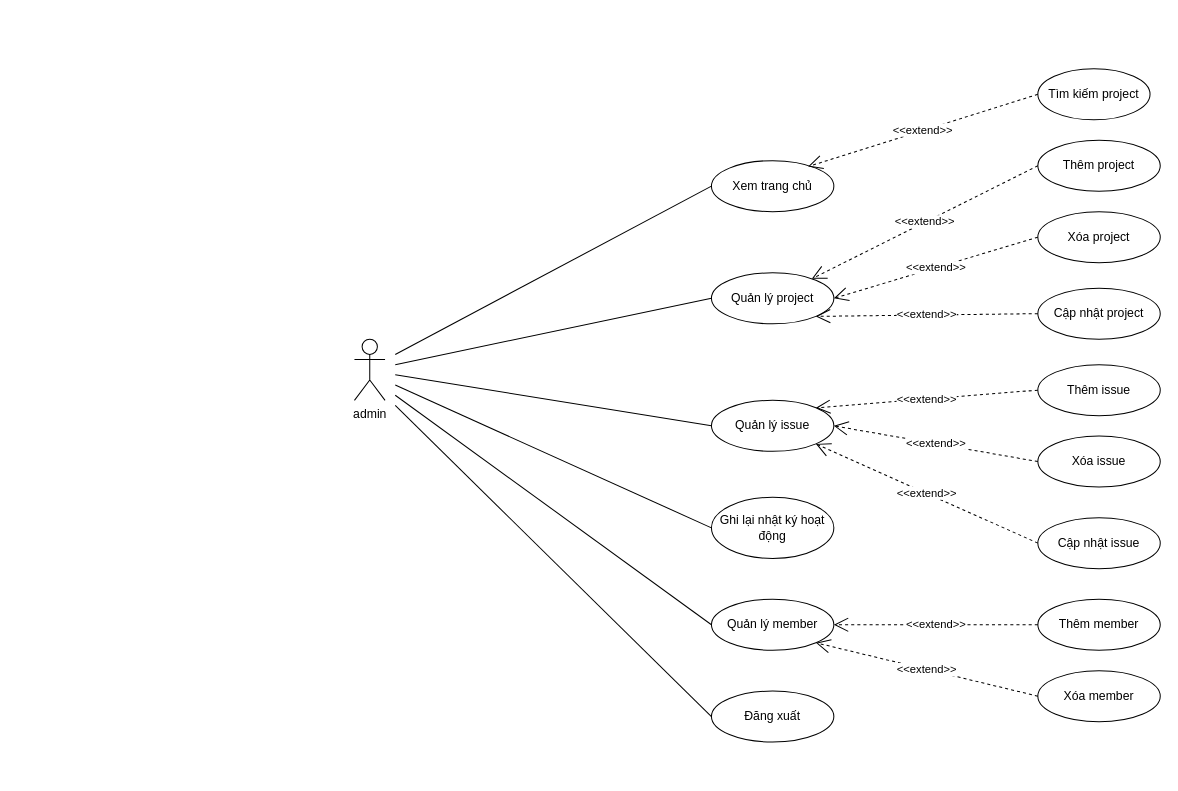
Above: page "Page-3" (3 of 6) of Untitled Diagram.drawio in NightFury712/Demo-Project-2 (draw.io), before the change. Source tidied: cells renumbered, new cells numbered last; positions are measured from the earlier drawing's top-left corner, leaving out a move shared by most shapes. Both pictures are drawn from the tidied source at 102%, with x=0, y=0 at pixel (354, 68).
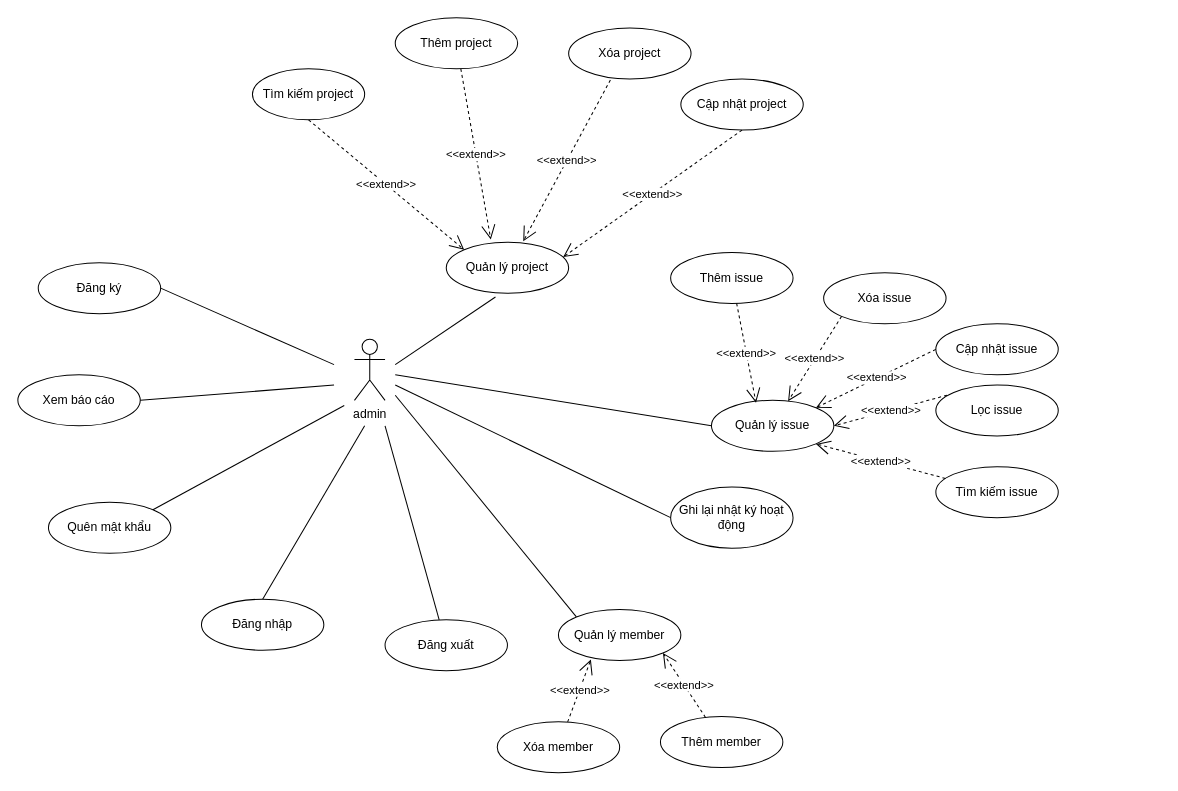
After the change.

The change refers to these unchanged cells:
```xml
<mxCell id="7" value="Quản lý issue" style="ellipse;whiteSpace=wrap;html=1;" parent="1" vertex="1">
  <mxGeometry x="350" y="325" width="120" height="50" as="geometry" />
</mxCell>
```

Change to the diagram source:
```diff
@@
-    <mxCell id="3" value="Xem trang chủ" style="ellipse;whiteSpace=wrap;html=1;" parent="1" vertex="1">
-      <mxGeometry x="350" y="90" width="120" height="50" as="geometry" />
-    </mxCell>
     <mxCell id="4" value="Tìm kiếm project" style="ellipse;whiteSpace=wrap;html=1;" parent="1" vertex="1">
-      <mxGeometry x="670" width="110" height="50" as="geometry" />
+      <mxGeometry x="-100" width="110" height="50" as="geometry" />
     </mxCell>
-    <mxCell id="5" value="&amp;lt;&amp;lt;extend&amp;gt;&amp;gt;" style="endArrow=open;endSize=12;dashed=1;html=1;entryX=0.79;entryY=0.116;entryDx=0;entryDy=0;exitX=0;exitY=0.5;exitDx=0;exitDy=0;entryPerimeter=0;" parent="1" edge="1" source="4" target="3">
+    <mxCell id="5" value="&amp;lt;&amp;lt;extend&amp;gt;&amp;gt;" style="endArrow=open;endSize=12;dashed=1;html=1;entryX=0;entryY=0;entryDx=0;entryDy=0;exitX=0.5;exitY=1;exitDx=0;exitDy=0;" parent="1" edge="1" source="4" target="17">
       <mxGeometry relative="1" as="geometry" />
     </mxCell>
-    <mxCell id="6" style="endArrow=none;html=1;entryX=0;entryY=0.5;entryDx=0;entryDy=0;" parent="1" edge="1" target="3">
+    <mxCell id="6" style="endArrow=none;html=1;entryX=1;entryY=0.5;entryDx=0;entryDy=0;" parent="1" edge="1" target="34">
       <mxGeometry relative="1" as="geometry">
-        <mxPoint x="40" y="280" as="sourcePoint" />
+        <mxPoint x="-20" y="290" as="sourcePoint" />
       </mxGeometry>
     </mxCell>
@@
     <mxCell id="8" value="Thêm issue" style="ellipse;whiteSpace=wrap;html=1;" parent="1" vertex="1">
-      <mxGeometry x="670" y="290" width="120" height="50" as="geometry" />
+      <mxGeometry x="310" y="180" width="120" height="50" as="geometry" />
     </mxCell>
     <mxCell id="9" value="Xóa issue" style="ellipse;whiteSpace=wrap;html=1;" parent="1" vertex="1">
-      <mxGeometry x="670" y="360" width="120" height="50" as="geometry" />
+      <mxGeometry x="460" y="200" width="120" height="50" as="geometry" />
     </mxCell>
     <mxCell id="10" value="Cập nhật issue" style="ellipse;whiteSpace=wrap;html=1;" parent="1" vertex="1">
-      <mxGeometry x="670" y="440" width="120" height="50" as="geometry" />
+      <mxGeometry x="570" y="250" width="120" height="50" as="geometry" />
     </mxCell>
@@
-    <mxCell id="12" value="&amp;lt;&amp;lt;extend&amp;gt;&amp;gt;" style="endArrow=open;endSize=12;dashed=1;html=1;entryX=1;entryY=0;entryDx=0;entryDy=0;exitX=0;exitY=0.5;exitDx=0;exitDy=0;" parent="1" edge="1" source="8" target="7">
+    <mxCell id="12" value="&amp;lt;&amp;lt;extend&amp;gt;&amp;gt;" style="endArrow=open;endSize=12;dashed=1;html=1;entryX=0.364;entryY=0.046;entryDx=0;entryDy=0;entryPerimeter=0;" parent="1" edge="1" source="8" target="7">
       <mxGeometry relative="1" as="geometry" />
     </mxCell>
-    <mxCell id="13" value="&amp;lt;&amp;lt;extend&amp;gt;&amp;gt;" style="endArrow=open;endSize=12;dashed=1;html=1;entryX=1;entryY=0.5;entryDx=0;entryDy=0;exitX=0;exitY=0.5;exitDx=0;exitDy=0;" parent="1" edge="1" source="9" target="7">
+    <mxCell id="13" value="&amp;lt;&amp;lt;extend&amp;gt;&amp;gt;" style="endArrow=open;endSize=12;dashed=1;html=1;exitX=0;exitY=1;exitDx=0;exitDy=0;" parent="1" edge="1" source="9" target="7">
       <mxGeometry relative="1" as="geometry" />
     </mxCell>
-    <mxCell id="14" value="&amp;lt;&amp;lt;extend&amp;gt;&amp;gt;" style="endArrow=open;endSize=12;dashed=1;html=1;entryX=1;entryY=1;entryDx=0;entryDy=0;exitX=0;exitY=0.5;exitDx=0;exitDy=0;" parent="1" edge="1" source="10" target="7">
+    <mxCell id="14" value="&amp;lt;&amp;lt;extend&amp;gt;&amp;gt;" style="endArrow=open;endSize=12;dashed=1;html=1;entryX=1;entryY=0;entryDx=0;entryDy=0;exitX=0;exitY=0.5;exitDx=0;exitDy=0;" parent="1" edge="1" source="10" target="7">
       <mxGeometry relative="1" as="geometry" />
     </mxCell>
     <mxCell id="15" value="Đăng xuất" style="ellipse;whiteSpace=wrap;html=1;" parent="1" vertex="1">
-      <mxGeometry x="350" y="610" width="120" height="50" as="geometry" />
+      <mxGeometry x="30" y="540" width="120" height="50" as="geometry" />
     </mxCell>
-    <mxCell id="16" style="endArrow=none;html=1;entryX=0;entryY=0.5;entryDx=0;entryDy=0;" parent="1" edge="1" target="15">
+    <mxCell id="16" style="endArrow=none;html=1;" parent="1" edge="1" target="15">
       <mxGeometry relative="1" as="geometry">
-        <mxPoint x="40" y="330" as="sourcePoint" />
+        <mxPoint x="30" y="350" as="sourcePoint" />
       </mxGeometry>
     </mxCell>
     <mxCell id="17" value="Quản lý project" style="ellipse;whiteSpace=wrap;html=1;" parent="1" vertex="1">
-      <mxGeometry x="350" y="200" width="120" height="50" as="geometry" />
+      <mxGeometry x="90" y="170" width="120" height="50" as="geometry" />
     </mxCell>
     <mxCell id="18" value="Thêm project" style="ellipse;whiteSpace=wrap;html=1;" parent="1" vertex="1">
-      <mxGeometry x="670" y="70" width="120" height="50" as="geometry" />
+      <mxGeometry x="40" y="-50" width="120" height="50" as="geometry" />
     </mxCell>
     <mxCell id="19" value="Xóa project" style="ellipse;whiteSpace=wrap;html=1;" parent="1" vertex="1">
-      <mxGeometry x="670" y="140" width="120" height="50" as="geometry" />
+      <mxGeometry x="210" y="-40" width="120" height="50" as="geometry" />
     </mxCell>
     <mxCell id="20" value="Quản lý member" style="ellipse;whiteSpace=wrap;html=1;" parent="1" vertex="1">
-      <mxGeometry x="350" y="520" width="120" height="50" as="geometry" />
+      <mxGeometry x="200" y="530" width="120" height="50" as="geometry" />
     </mxCell>
     <mxCell id="21" value="Cập nhật project" style="ellipse;whiteSpace=wrap;html=1;" parent="1" vertex="1">
-      <mxGeometry x="670" y="215" width="120" height="50" as="geometry" />
+      <mxGeometry x="320" y="10" width="120" height="50" as="geometry" />
     </mxCell>
     <mxCell id="22" value="Thêm member" style="ellipse;whiteSpace=wrap;html=1;" parent="1" vertex="1">
-      <mxGeometry x="670" y="520" width="120" height="50" as="geometry" />
+      <mxGeometry x="300" y="635" width="120" height="50" as="geometry" />
     </mxCell>
     <mxCell id="23" value="Xóa member" style="ellipse;whiteSpace=wrap;html=1;" parent="1" vertex="1">
-      <mxGeometry x="670" y="590" width="120" height="50" as="geometry" />
+      <mxGeometry x="140" y="640" width="120" height="50" as="geometry" />
     </mxCell>
     <mxCell id="24" value="Ghi lại nhật ký hoạt động" style="ellipse;whiteSpace=wrap;html=1;" parent="1" vertex="1">
-      <mxGeometry x="350" y="420" width="120" height="60" as="geometry" />
+      <mxGeometry x="310" y="410" width="120" height="60" as="geometry" />
     </mxCell>
-    <mxCell id="25" value="&amp;lt;&amp;lt;extend&amp;gt;&amp;gt;" style="endArrow=open;endSize=12;dashed=1;html=1;exitX=0;exitY=0.5;exitDx=0;exitDy=0;" parent="1" edge="1" source="18" target="17">
+    <mxCell id="25" value="&amp;lt;&amp;lt;extend&amp;gt;&amp;gt;" style="endArrow=open;endSize=12;dashed=1;html=1;entryX=0.364;entryY=-0.054;entryDx=0;entryDy=0;entryPerimeter=0;" parent="1" edge="1" source="18" target="17">
       <mxGeometry relative="1" as="geometry" />
     </mxCell>
-    <mxCell id="26" value="&amp;lt;&amp;lt;extend&amp;gt;&amp;gt;" style="endArrow=open;endSize=12;dashed=1;html=1;exitX=0;exitY=0.5;exitDx=0;exitDy=0;entryX=1;entryY=0.5;entryDx=0;entryDy=0;" parent="1" edge="1" source="19" target="17">
+    <mxCell id="26" value="&amp;lt;&amp;lt;extend&amp;gt;&amp;gt;" style="endArrow=open;endSize=12;dashed=1;html=1;exitX=0.341;exitY=1.018;exitDx=0;exitDy=0;entryX=0.629;entryY=-0.018;entryDx=0;entryDy=0;exitPerimeter=0;entryPerimeter=0;" parent="1" edge="1" source="19" target="17">
       <mxGeometry relative="1" as="geometry" />
     </mxCell>
-    <mxCell id="27" value="&amp;lt;&amp;lt;extend&amp;gt;&amp;gt;" style="endArrow=open;endSize=12;dashed=1;html=1;exitX=0;exitY=0.5;exitDx=0;exitDy=0;entryX=1;entryY=1;entryDx=0;entryDy=0;" parent="1" edge="1" source="21" target="17">
+    <mxCell id="27" value="&amp;lt;&amp;lt;extend&amp;gt;&amp;gt;" style="endArrow=open;endSize=12;dashed=1;html=1;exitX=0.5;exitY=1;exitDx=0;exitDy=0;entryX=0.955;entryY=0.291;entryDx=0;entryDy=0;entryPerimeter=0;" parent="1" edge="1" source="21" target="17">
       <mxGeometry relative="1" as="geometry" />
     </mxCell>
-    <mxCell id="28" value="&amp;lt;&amp;lt;extend&amp;gt;&amp;gt;" style="endArrow=open;endSize=12;dashed=1;html=1;entryX=1;entryY=0.5;entryDx=0;entryDy=0;exitX=0;exitY=0.5;exitDx=0;exitDy=0;" parent="1" edge="1" source="22" target="20">
+    <mxCell id="28" value="&amp;lt;&amp;lt;extend&amp;gt;&amp;gt;" style="endArrow=open;endSize=12;dashed=1;html=1;entryX=1;entryY=1;entryDx=0;entryDy=0;" parent="1" edge="1" source="22" target="20">
       <mxGeometry relative="1" as="geometry" />
     </mxCell>
-    <mxCell id="29" value="&amp;lt;&amp;lt;extend&amp;gt;&amp;gt;" style="endArrow=open;endSize=12;dashed=1;html=1;entryX=1;entryY=1;entryDx=0;entryDy=0;exitX=0;exitY=0.5;exitDx=0;exitDy=0;" parent="1" edge="1" source="23" target="20">
+    <mxCell id="29" value="&amp;lt;&amp;lt;extend&amp;gt;&amp;gt;" style="endArrow=open;endSize=12;dashed=1;html=1;entryX=0.265;entryY=0.982;entryDx=0;entryDy=0;entryPerimeter=0;" parent="1" edge="1" source="23" target="20">
       <mxGeometry relative="1" as="geometry" />
     </mxCell>
@@
-    <mxCell id="31" style="endArrow=none;html=1;entryX=0;entryY=0.5;entryDx=0;entryDy=0;" parent="1" edge="1" target="17">
+    <mxCell id="31" style="endArrow=none;html=1;entryX=0.402;entryY=1.073;entryDx=0;entryDy=0;entryPerimeter=0;" parent="1" edge="1" target="17">
       <mxGeometry relative="1" as="geometry">
         <mxPoint x="40" y="290" as="sourcePoint" />
       </mxGeometry>
     </mxCell>
-    <mxCell id="32" style="endArrow=none;html=1;entryX=0;entryY=0.5;entryDx=0;entryDy=0;" parent="1" edge="1" target="20">
+    <mxCell id="32" style="endArrow=none;html=1;entryX=0;entryY=0;entryDx=0;entryDy=0;" parent="1" edge="1" target="20">
       <mxGeometry relative="1" as="geometry">
         <mxPoint x="40" y="320" as="sourcePoint" />
       </mxGeometry>
     </mxCell>
+    <mxCell id="33" value="Đăng nhập" style="ellipse;whiteSpace=wrap;html=1;" parent="1" vertex="1">
+      <mxGeometry x="-150" y="520" width="120" height="50" as="geometry" />
+    </mxCell>
+    <mxCell id="34" value="Đăng ký" style="ellipse;whiteSpace=wrap;html=1;" parent="1" vertex="1">
+      <mxGeometry x="-310" y="190" width="120" height="50" as="geometry" />
+    </mxCell>
+    <mxCell id="35" value="Quên mật khẩu" style="ellipse;whiteSpace=wrap;html=1;" parent="1" vertex="1">
+      <mxGeometry x="-300" y="425" width="120" height="50" as="geometry" />
+    </mxCell>
+    <mxCell id="36" value="Lọc issue" style="ellipse;whiteSpace=wrap;html=1;" parent="1" vertex="1">
+      <mxGeometry x="570" y="310" width="120" height="50" as="geometry" />
+    </mxCell>
+    <mxCell id="37" value="Tìm kiếm issue" style="ellipse;whiteSpace=wrap;html=1;" parent="1" vertex="1">
+      <mxGeometry x="570" y="390" width="120" height="50" as="geometry" />
+    </mxCell>
+    <mxCell id="38" value="&amp;lt;&amp;lt;extend&amp;gt;&amp;gt;" style="endArrow=open;endSize=12;dashed=1;html=1;exitX=0.091;exitY=0.2;exitDx=0;exitDy=0;exitPerimeter=0;entryX=1;entryY=0.5;entryDx=0;entryDy=0;" parent="1" edge="1" source="36" target="7">
+      <mxGeometry relative="1" as="geometry" />
+    </mxCell>
+    <mxCell id="39" value="&amp;lt;&amp;lt;extend&amp;gt;&amp;gt;" style="endArrow=open;endSize=12;dashed=1;html=1;entryX=1;entryY=1;entryDx=0;entryDy=0;" parent="1" edge="1" source="37" target="7">
+      <mxGeometry relative="1" as="geometry" />
+    </mxCell>
+    <mxCell id="40" style="endArrow=none;html=1;entryX=0.5;entryY=0;entryDx=0;entryDy=0;" parent="1" edge="1" target="33">
+      <mxGeometry relative="1" as="geometry">
+        <mxPoint x="10" y="350" as="sourcePoint" />
+      </mxGeometry>
+    </mxCell>
+    <mxCell id="41" style="endArrow=none;html=1;entryX=1;entryY=0;entryDx=0;entryDy=0;" parent="1" edge="1" target="35">
+      <mxGeometry relative="1" as="geometry">
+        <mxPoint x="-10" y="330" as="sourcePoint" />
+      </mxGeometry>
+    </mxCell>
+    <mxCell id="42" value="Xem báo cáo" style="ellipse;whiteSpace=wrap;html=1;" parent="1" vertex="1">
+      <mxGeometry x="-330" y="300" width="120" height="50" as="geometry" />
+    </mxCell>
+    <mxCell id="43" style="endArrow=none;html=1;entryX=1;entryY=0.5;entryDx=0;entryDy=0;" parent="1" edge="1" target="42">
+      <mxGeometry relative="1" as="geometry">
+        <mxPoint x="-20" y="310" as="sourcePoint" />
+      </mxGeometry>
+    </mxCell>
```
